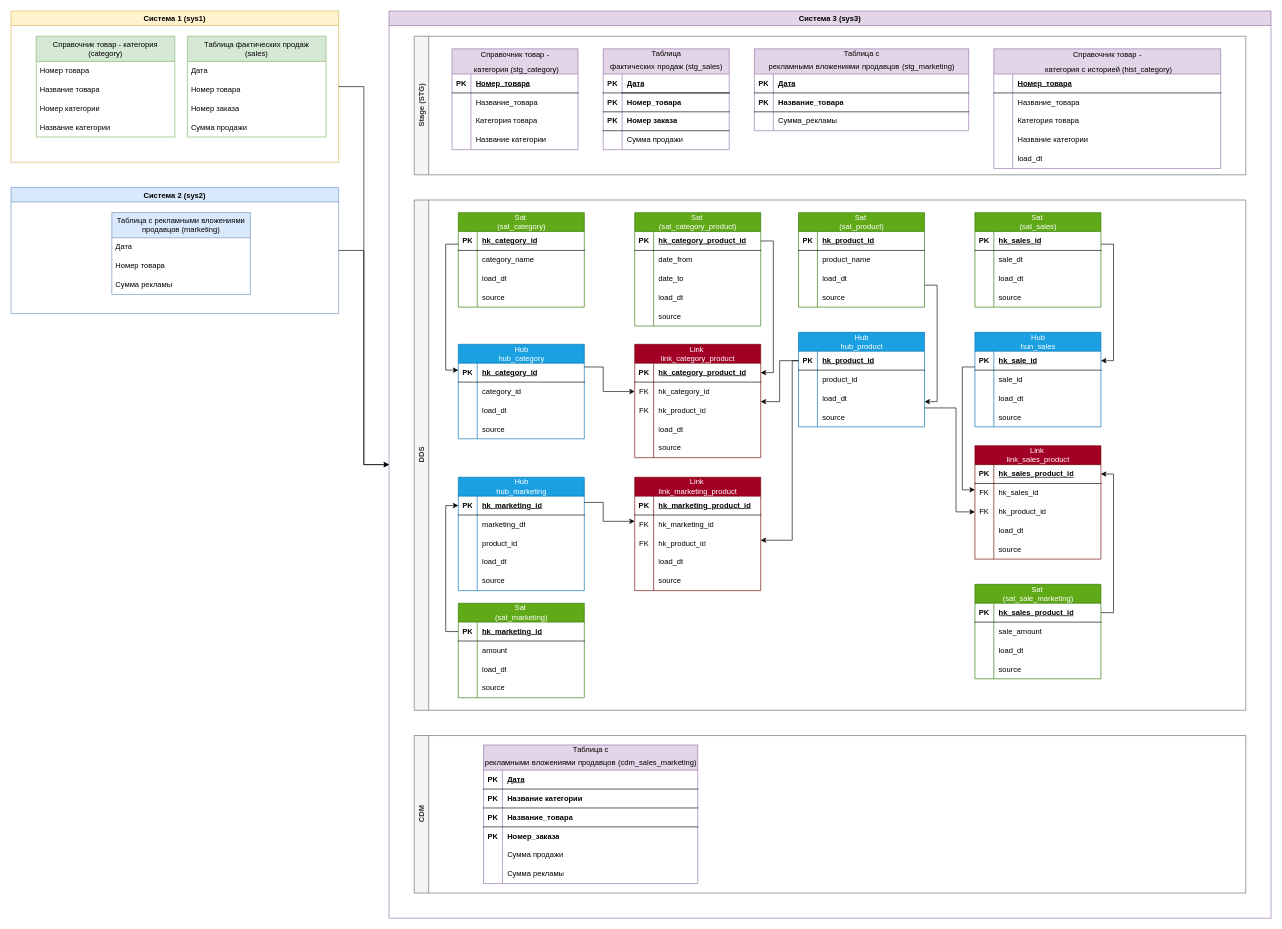
The draw.io diagram page "Data Layers v2" (2 of 3) of ozon.drawio in Odarink/ozon_task_test, before the edit. Source tidied: cells renumbered, new cells numbered last; positions are measured from the earlier drawing's top-left corner, leaving out a move shared by most shapes. Both pictures are drawn from the tidied source at 63%, with x=0, y=0 at pixel (11, 11).
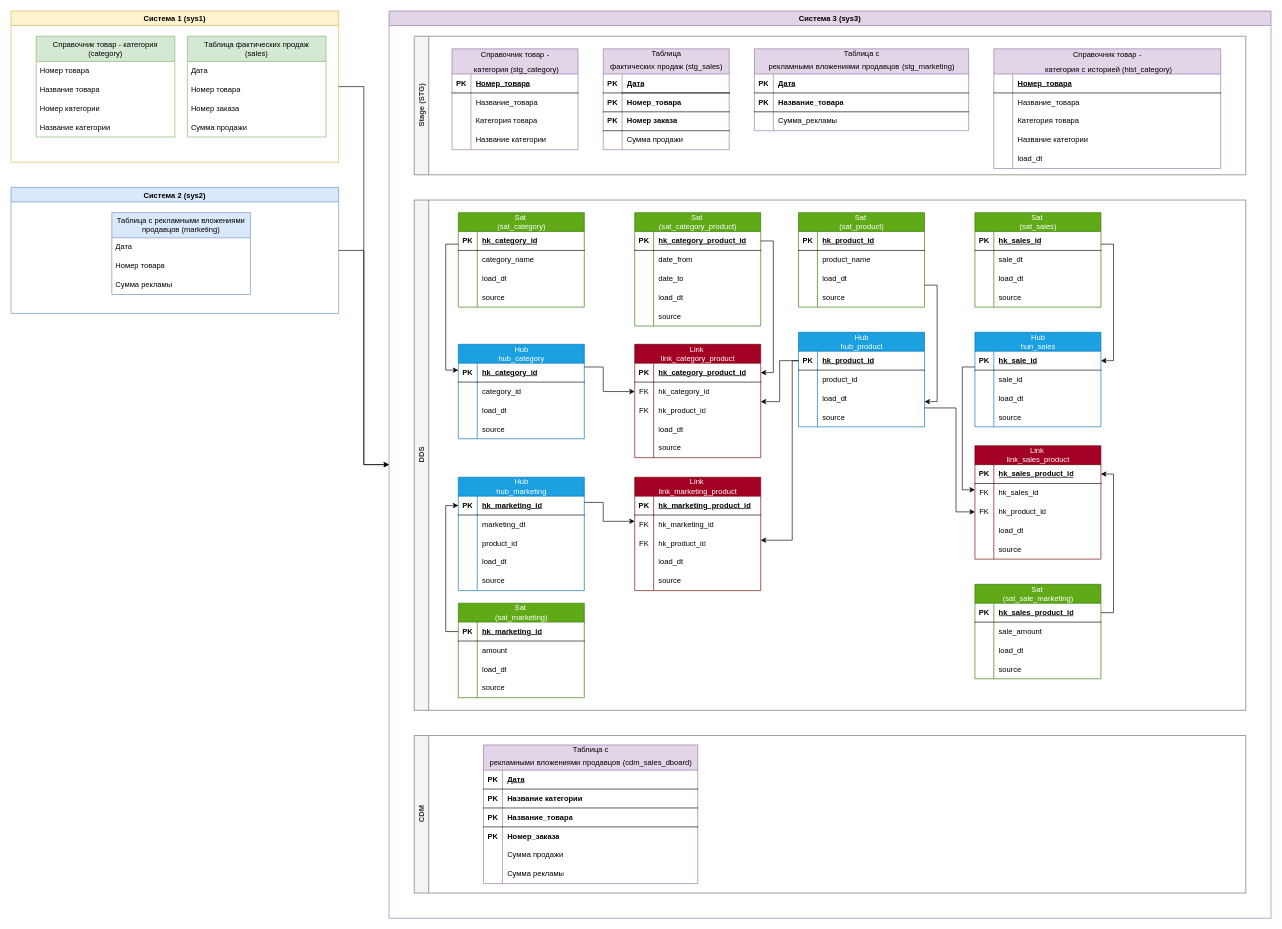
The same page after the edit.

The change refers to these unchanged cells:
```xml
<mxCell id="253" value="CDM" style="swimlane;horizontal=0;whiteSpace=wrap;html=1;fillColor=#f5f5f5;fontColor=#333333;strokeColor=#666666;" parent="18" vertex="1">
  <mxGeometry x="40" y="1150" width="1320" height="250" as="geometry" />
</mxCell>
```

The edit, as a diff of the source:
```diff
@@
-    <mxCell id="254" value="&lt;span style=&quot;font-weight: 400; text-wrap: wrap;&quot;&gt;Таблица с рекламными&lt;/span&gt;&lt;b&gt;&lt;span style=&quot;font-size:12.0pt;mso-bidi-font-size:&lt;br/&gt;11.0pt;line-height:150%;font-family:&amp;quot;Times New Roman&amp;quot;,serif;mso-fareast-font-family:&lt;br/&gt;Calibri;mso-fareast-theme-font:minor-latin;mso-bidi-theme-font:minor-bidi;&lt;br/&gt;mso-ansi-language:RU;mso-fareast-language:EN-US;mso-bidi-language:AR-SA&quot;&gt;&amp;nbsp;&lt;/span&gt;&lt;/b&gt;&lt;span style=&quot;background-color: transparent; color: light-dark(rgb(0, 0, 0), rgb(255, 255, 255)); text-wrap: wrap; font-weight: 400;&quot;&gt;вложениями&lt;/span&gt;&lt;b&gt;&lt;span style=&quot;font-size:12.0pt;mso-bidi-font-size:&lt;br/&gt;11.0pt;line-height:150%;font-family:&amp;quot;Times New Roman&amp;quot;,serif;mso-fareast-font-family:&lt;br/&gt;Calibri;mso-fareast-theme-font:minor-latin;mso-bidi-theme-font:minor-bidi;&lt;br/&gt;mso-ansi-language:RU;mso-fareast-language:EN-US;mso-bidi-language:AR-SA&quot;&gt;&amp;nbsp;&lt;/span&gt;&lt;/b&gt;&lt;span style=&quot;background-color: transparent; color: light-dark(rgb(0, 0, 0), rgb(255, 255, 255)); text-wrap: wrap; font-weight: 400;&quot;&gt;продавцов&lt;/span&gt;&lt;b style=&quot;background-color: transparent; color: light-dark(rgb(0, 0, 0), rgb(255, 255, 255));&quot;&gt;&lt;span style=&quot;font-size:12.0pt;mso-bidi-font-size:&lt;br/&gt;11.0pt;line-height:150%;font-family:&amp;quot;Times New Roman&amp;quot;,serif;mso-fareast-font-family:&lt;br/&gt;Calibri;mso-fareast-theme-font:minor-latin;mso-bidi-theme-font:minor-bidi;&lt;br/&gt;mso-ansi-language:RU;mso-fareast-language:EN-US;mso-bidi-language:AR-SA&quot;&gt;&amp;nbsp;&lt;/span&gt;&lt;/b&gt;&lt;span style=&quot;background-color: transparent; color: light-dark(rgb(0, 0, 0), rgb(255, 255, 255)); text-wrap: wrap; font-weight: 400;&quot;&gt;(cdm_sales_marketing&lt;/span&gt;&lt;span style=&quot;background-color: transparent; color: light-dark(rgb(0, 0, 0), rgb(255, 255, 255)); text-wrap: wrap; font-weight: 400;&quot;&gt;)&lt;/span&gt;" style="shape=table;startSize=40;childLayout=tableLayout;rowLines=0;fontStyle=1;align=center;html=1;fillColor=#e1d5e7;strokeColor=#9673a6;" parent="253" vertex="1">
+    <mxCell id="254" value="&lt;span style=&quot;font-weight: 400; text-wrap: wrap;&quot;&gt;Таблица с рекламными&lt;/span&gt;&lt;b&gt;&lt;span style=&quot;font-size:12.0pt;mso-bidi-font-size:&lt;br/&gt;11.0pt;line-height:150%;font-family:&amp;quot;Times New Roman&amp;quot;,serif;mso-fareast-font-family:&lt;br/&gt;Calibri;mso-fareast-theme-font:minor-latin;mso-bidi-theme-font:minor-bidi;&lt;br/&gt;mso-ansi-language:RU;mso-fareast-language:EN-US;mso-bidi-language:AR-SA&quot;&gt;&amp;nbsp;&lt;/span&gt;&lt;/b&gt;&lt;span style=&quot;background-color: transparent; color: light-dark(rgb(0, 0, 0), rgb(255, 255, 255)); text-wrap: wrap; font-weight: 400;&quot;&gt;вложениями&lt;/span&gt;&lt;b&gt;&lt;span style=&quot;font-size:12.0pt;mso-bidi-font-size:&lt;br/&gt;11.0pt;line-height:150%;font-family:&amp;quot;Times New Roman&amp;quot;,serif;mso-fareast-font-family:&lt;br/&gt;Calibri;mso-fareast-theme-font:minor-latin;mso-bidi-theme-font:minor-bidi;&lt;br/&gt;mso-ansi-language:RU;mso-fareast-language:EN-US;mso-bidi-language:AR-SA&quot;&gt;&amp;nbsp;&lt;/span&gt;&lt;/b&gt;&lt;span style=&quot;background-color: transparent; color: light-dark(rgb(0, 0, 0), rgb(255, 255, 255)); text-wrap: wrap; font-weight: 400;&quot;&gt;продавцов&lt;/span&gt;&lt;b style=&quot;background-color: transparent; color: light-dark(rgb(0, 0, 0), rgb(255, 255, 255));&quot;&gt;&lt;span style=&quot;font-size:12.0pt;mso-bidi-font-size:&lt;br/&gt;11.0pt;line-height:150%;font-family:&amp;quot;Times New Roman&amp;quot;,serif;mso-fareast-font-family:&lt;br/&gt;Calibri;mso-fareast-theme-font:minor-latin;mso-bidi-theme-font:minor-bidi;&lt;br/&gt;mso-ansi-language:RU;mso-fareast-language:EN-US;mso-bidi-language:AR-SA&quot;&gt;&amp;nbsp;&lt;/span&gt;&lt;/b&gt;&lt;span style=&quot;background-color: transparent; color: light-dark(rgb(0, 0, 0), rgb(255, 255, 255)); text-wrap: wrap; font-weight: 400;&quot;&gt;(cdm_sales_dboard&lt;/span&gt;&lt;span style=&quot;background-color: transparent; color: light-dark(rgb(0, 0, 0), rgb(255, 255, 255)); text-wrap: wrap; font-weight: 400;&quot;&gt;)&lt;/span&gt;" style="shape=table;startSize=40;childLayout=tableLayout;rowLines=0;fontStyle=1;align=center;html=1;fillColor=#e1d5e7;strokeColor=#9673a6;" parent="253" vertex="1">
       <mxGeometry x="110" y="15" width="340" height="220" as="geometry" />
     </mxCell>
```
